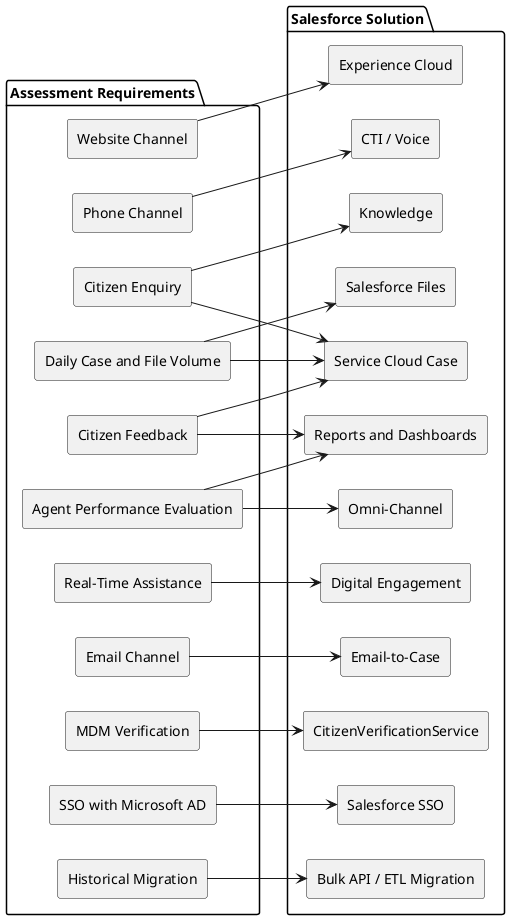
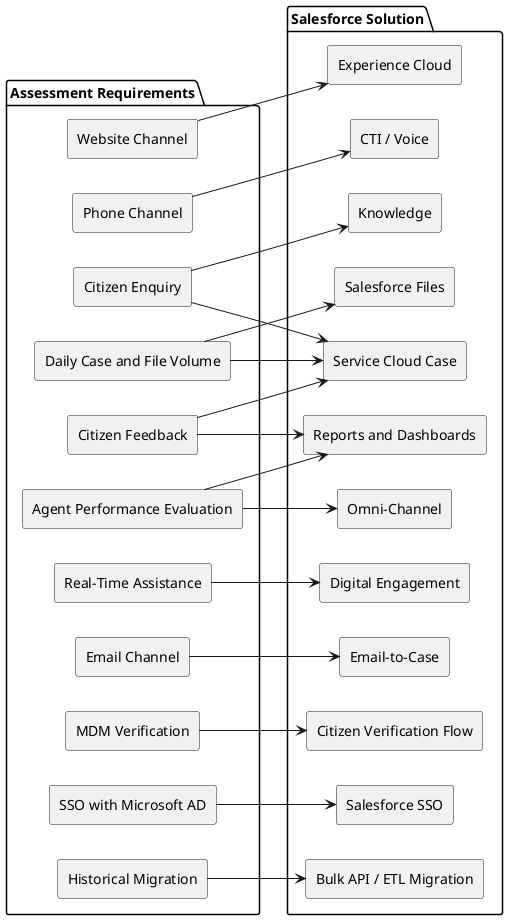
@startuml
left to right direction
skinparam componentStyle rectangle

package "Assessment Requirements" {
  [Citizen Enquiry]
  [Citizen Feedback]
  [Website Channel]
  [Phone Channel]
  [Real-Time Assistance]
  [Email Channel]
  [MDM Verification]
  [SSO with Microsoft AD]
  [Historical Migration]
  [Daily Case and File Volume]
  [Agent Performance Evaluation]
}

package "Salesforce Solution" {
  [Service Cloud Case]
  [Experience Cloud]
  [CTI / Voice]
  [Digital Engagement]
  [Email-to-Case]
-   [CitizenVerificationService]
+   [Citizen Verification Flow]
  [Salesforce SSO]
  [Bulk API / ETL Migration]
  [Salesforce Files]
  [Reports and Dashboards]
  [Omni-Channel]
  [Knowledge]
}

[Citizen Enquiry] --> [Service Cloud Case]
[Citizen Enquiry] --> [Knowledge]
[Citizen Feedback] --> [Service Cloud Case]
[Citizen Feedback] --> [Reports and Dashboards]
[Website Channel] --> [Experience Cloud]
[Phone Channel] --> [CTI / Voice]
[Real-Time Assistance] --> [Digital Engagement]
[Email Channel] --> [Email-to-Case]
- [MDM Verification] --> [CitizenVerificationService]
+ [MDM Verification] --> [Citizen Verification Flow]
[SSO with Microsoft AD] --> [Salesforce SSO]
[Historical Migration] --> [Bulk API / ETL Migration]
[Daily Case and File Volume] --> [Salesforce Files]
[Daily Case and File Volume] --> [Service Cloud Case]
[Agent Performance Evaluation] --> [Reports and Dashboards]
[Agent Performance Evaluation] --> [Omni-Channel]

@enduml
